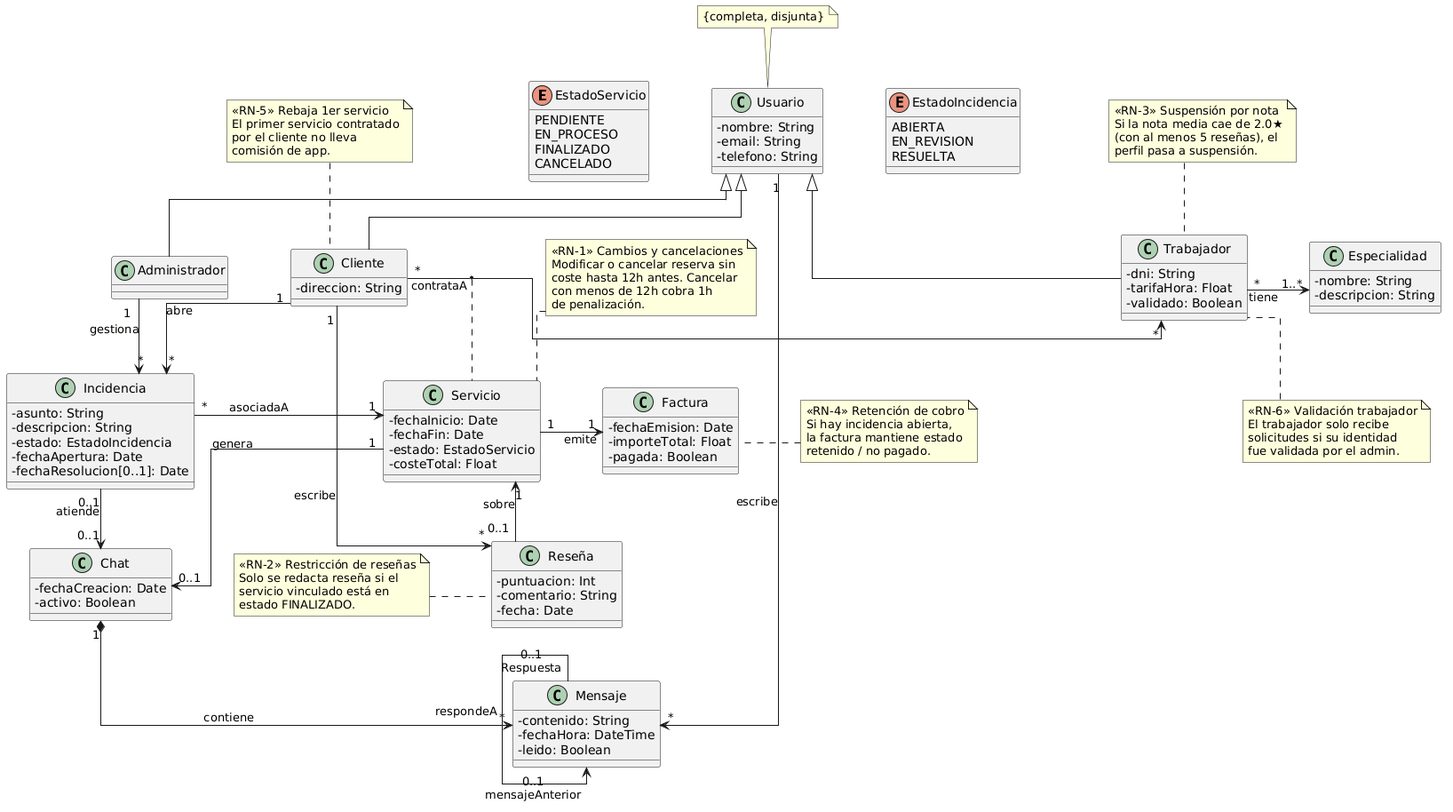
Before: imagenes/modelado conceptual.png, a diagram exported from PlantUML (YDT2401/proyecto-curso-iissi1-2026-YDT2401).
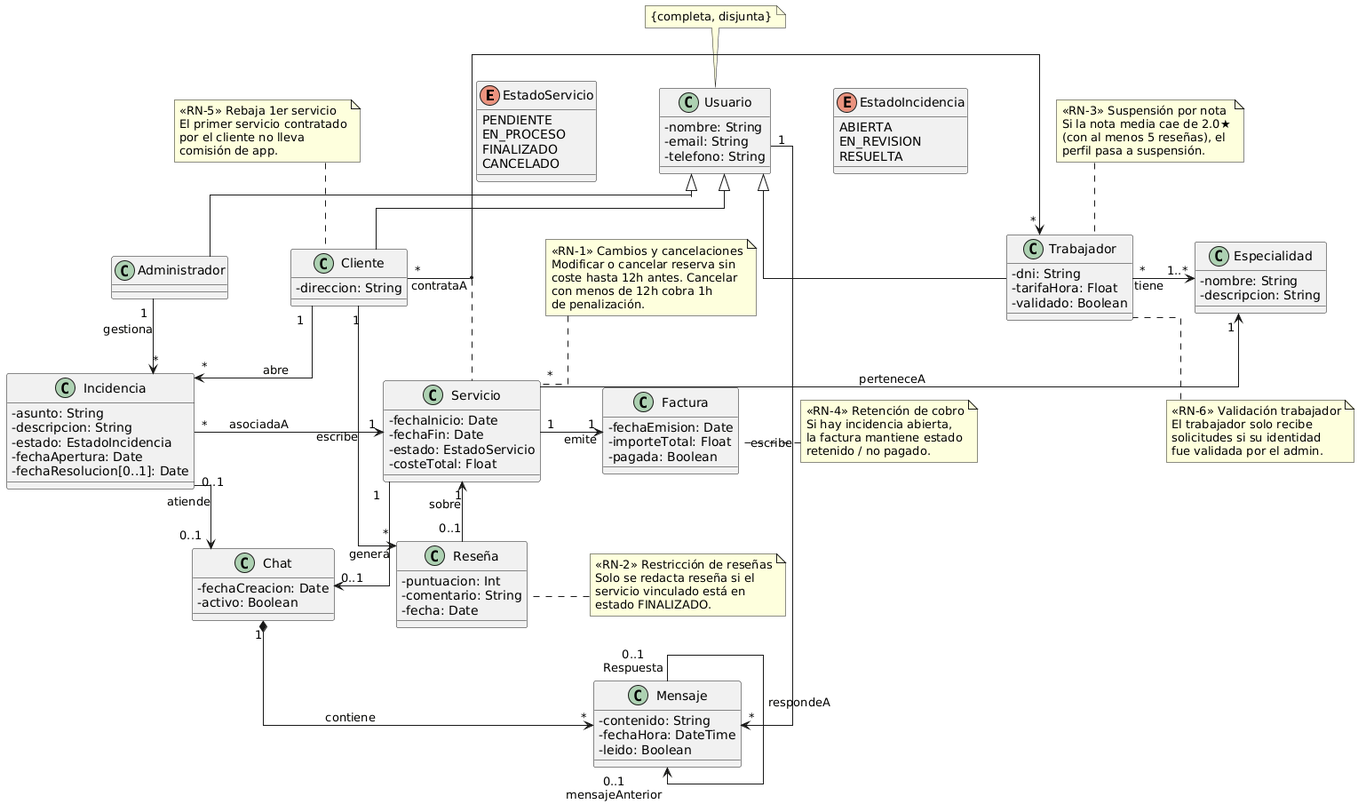
The same file after the commit.

What changed in the source:
```diff
@@ -86,6 +86,7 @@
   -leido: Boolean
 }
 
+Servicio "*" -up-> "1" Especialidad : perteneceA
 Administrador "1" -down-> "*" Incidencia : gestiona
 Cliente "1" -down-> "*" Incidencia : abre
 
```
